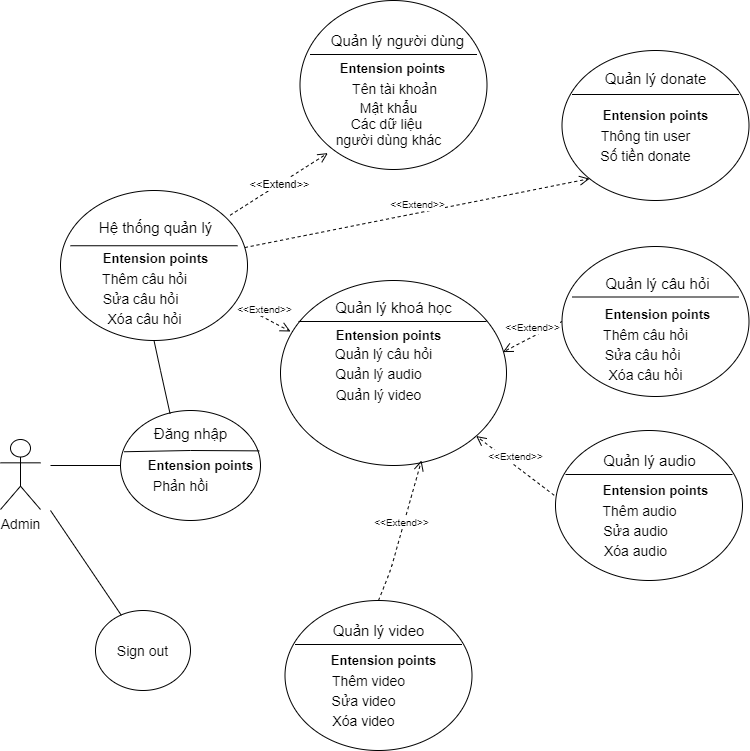
The draw.io diagram Đề cương/Diagram/admin-hethong.drawio.png in Thangvanle2000/dkt-learning, before a commit. Source tidied: cells renumbered, new cells last; positions are measured from the earlier drawing's top-left corner, leaving out a move shared by most shapes.
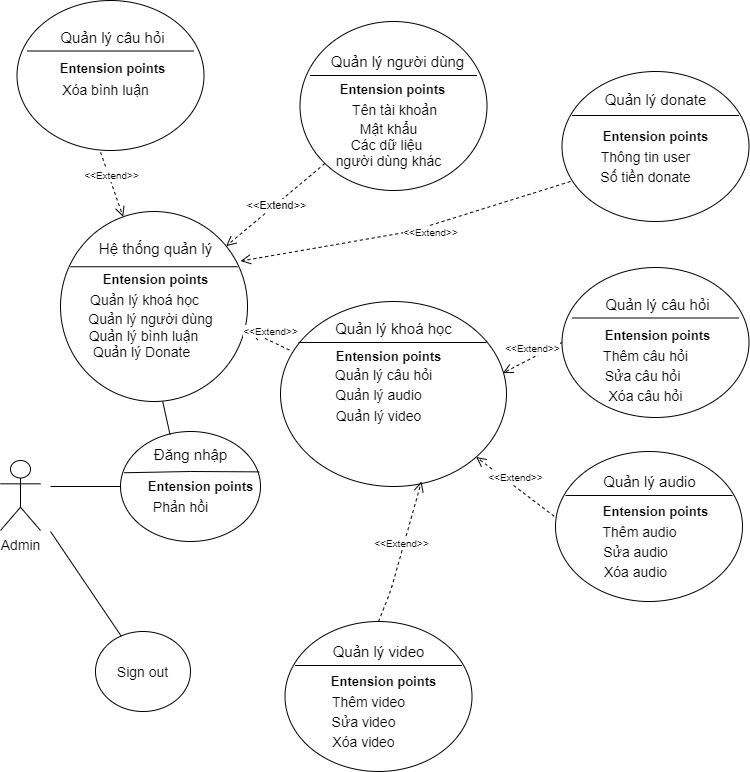
Later version of the same file.

Diff of the diagram source:
```diff
@@ -145,11 +145,17 @@
         </Array>
       </mxGeometry>
     </mxCell>
-    <mxCell id="44" value="&lt;font style=&quot;font-size: 10px&quot;&gt;&amp;lt;&amp;lt;Extend&amp;gt;&amp;gt;&lt;/font&gt;" style="html=1;verticalAlign=bottom;endArrow=open;dashed=1;endSize=8;entryX=0;entryY=1;entryDx=0;entryDy=0;" parent="1" edge="1" source="45" target="54">
-      <mxGeometry relative="1" as="geometry" />
+    <mxCell id="44" value="&lt;font style=&quot;font-size: 10px&quot;&gt;&amp;lt;&amp;lt;Extend&amp;gt;&amp;gt;&lt;/font&gt;" style="html=1;verticalAlign=bottom;endArrow=open;dashed=1;endSize=8;entryX=0.963;entryY=0.261;entryDx=0;entryDy=0;entryPerimeter=0;" parent="1" edge="1" target="45">
+      <mxGeometry x="-0.11" y="16" relative="1" as="geometry">
+        <mxPoint x="570" y="160" as="sourcePoint" />
+        <Array as="points">
+          <mxPoint x="410" y="210" />
+        </Array>
+        <mxPoint y="-1" as="offset" />
+      </mxGeometry>
     </mxCell>
     <mxCell id="45" style="ellipse;whiteSpace=wrap;html=1;" parent="1" vertex="1">
-      <mxGeometry x="60" y="190" width="187" height="150" as="geometry" />
+      <mxGeometry x="60" y="190" width="187" height="190" as="geometry" />
     </mxCell>
     <mxCell id="46" style="line;strokeWidth=1;fillColor=none;align=left;verticalAlign=middle;spacingTop=-1;spacingLeft=3;spacingRight=3;labelPosition=right;" parent="1" vertex="1">
       <mxGeometry x="70" y="236.5" width="167" height="17.5" as="geometry" />
@@ -160,14 +166,14 @@
     <mxCell id="48" value="&lt;b&gt;&lt;font style=&quot;font-size: 13px&quot;&gt;Entension points&lt;/font&gt;&lt;/b&gt;" style="text;html=1;align=center;verticalAlign=middle;strokeColor=none;fillColor=none;fontSize=13;fontFamily=Helvetica;" parent="1" vertex="1">
       <mxGeometry x="95" y="247.5" width="120" height="20" as="geometry" />
     </mxCell>
-    <mxCell id="49" value="&lt;span style=&quot;font-size: 14px&quot;&gt;Thêm câu hỏi&lt;/span&gt;" style="text;html=1;align=center;verticalAlign=middle;strokeColor=none;fillColor=none;" parent="1" vertex="1">
-      <mxGeometry x="93.5" y="267.5" width="100" height="20" as="geometry" />
+    <mxCell id="49" value="&lt;span style=&quot;font-size: 14px&quot;&gt;Quản lý khoá học&lt;/span&gt;" style="text;html=1;align=center;verticalAlign=middle;strokeColor=none;fillColor=none;" parent="1" vertex="1">
+      <mxGeometry x="83.5" y="267.5" width="120" height="20" as="geometry" />
     </mxCell>
-    <mxCell id="50" value="&lt;span style=&quot;font-size: 14px&quot;&gt;Sửa câu hỏi&lt;/span&gt;" style="text;html=1;align=center;verticalAlign=middle;strokeColor=none;fillColor=none;" parent="1" vertex="1">
-      <mxGeometry x="95" y="287.5" width="90" height="20" as="geometry" />
+    <mxCell id="50" value="&lt;span style=&quot;font-size: 14px&quot;&gt;Quản lý người dùng&lt;/span&gt;" style="text;html=1;align=center;verticalAlign=middle;strokeColor=none;fillColor=none;" parent="1" vertex="1">
+      <mxGeometry x="80" y="286.5" width="140" height="20" as="geometry" />
     </mxCell>
-    <mxCell id="51" value="&lt;font style=&quot;font-size: 14px&quot;&gt;Xóa câu hỏi&lt;/font&gt;" style="text;html=1;align=center;verticalAlign=middle;strokeColor=none;fillColor=none;" parent="1" vertex="1">
-      <mxGeometry x="98.5" y="307.5" width="90" height="20" as="geometry" />
+    <mxCell id="51" value="&lt;font style=&quot;font-size: 14px&quot;&gt;Quản lý bình luận&lt;br&gt;Quản lý Donate&amp;nbsp;&lt;/font&gt;" style="text;html=1;align=center;verticalAlign=middle;strokeColor=none;fillColor=none;" parent="1" vertex="1">
+      <mxGeometry x="77.5" y="306.5" width="130" height="30" as="geometry" />
     </mxCell>
     <mxCell id="52" style="endArrow=none;dashed=1;html=1;dashPattern=1 3;strokeWidth=2;strokeColor=none;" parent="1" edge="1">
       <mxGeometry relative="1" as="geometry">
@@ -178,12 +184,9 @@
         </Array>
       </mxGeometry>
     </mxCell>
-    <mxCell id="53" value="&lt;font style=&quot;font-size: 10px&quot;&gt;&amp;lt;&amp;lt;Extend&amp;gt;&amp;gt;&lt;/font&gt;" style="html=1;verticalAlign=bottom;endArrow=open;dashed=1;endSize=8;exitX=0.954;exitY=0.764;exitDx=0;exitDy=0;exitPerimeter=0;" parent="1" edge="1" source="45">
+    <mxCell id="53" value="&lt;font style=&quot;font-size: 10px&quot;&gt;&amp;lt;&amp;lt;Extend&amp;gt;&amp;gt;&lt;/font&gt;" style="html=1;verticalAlign=bottom;endArrow=open;dashed=1;endSize=8;exitX=0.039;exitY=0.262;exitDx=0;exitDy=0;exitPerimeter=0;" parent="1" edge="1" source="12">
       <mxGeometry relative="1" as="geometry">
-        <mxPoint x="290" y="331" as="targetPoint" />
-        <Array as="points">
-          <mxPoint x="250" y="310" />
-        </Array>
+        <mxPoint x="250" y="310" as="targetPoint" />
       </mxGeometry>
     </mxCell>
     <mxCell id="54" style="ellipse;whiteSpace=wrap;html=1;" parent="1" vertex="1">
@@ -209,10 +212,8 @@
         <mxPoint x="299.8" y="114.5" as="targetPoint" />
       </mxGeometry>
     </mxCell>
-    <mxCell id="61" style="endArrow=open;html=1;strokeColor=#000000;exitX=0.907;exitY=0.165;exitDx=0;exitDy=0;exitPerimeter=0;entryX=0;entryY=1;entryDx=0;entryDy=0;dashed=1;verticalAlign=bottom;endSize=8;" parent="1" edge="1" source="45">
-      <mxGeometry relative="1" as="geometry">
-        <mxPoint x="327.4" y="152.6" as="targetPoint" />
-      </mxGeometry>
+    <mxCell id="61" style="endArrow=open;html=1;strokeColor=#000000;dashed=1;verticalAlign=bottom;endSize=8;" parent="1" edge="1" source="63" target="45">
+      <mxGeometry relative="1" as="geometry" />
     </mxCell>
     <mxCell id="62" value="&amp;lt;&amp;lt;Extend&amp;gt;&amp;gt;" style="edgeLabel;html=1;align=center;verticalAlign=middle;" parent="61" vertex="1">
       <mxGeometry relative="1" as="geometry" />
@@ -235,5 +236,23 @@
     <mxCell id="68" value="&lt;font style=&quot;font-size: 14px&quot;&gt;Mật khẩu&lt;br&gt;Các dữ liệu &lt;br&gt;người dùng khác&lt;br&gt;&lt;/font&gt;" style="text;html=1;align=center;verticalAlign=middle;strokeColor=none;fillColor=none;" parent="1" vertex="1">
       <mxGeometry x="328" y="98" width="120" height="50" as="geometry" />
     </mxCell>
+    <mxCell id="69" style="ellipse;whiteSpace=wrap;html=1;" parent="1" vertex="1">
+      <mxGeometry x="16.5" y="-21" width="187" height="150" as="geometry" />
+    </mxCell>
+    <mxCell id="70" style="line;strokeWidth=1;fillColor=none;align=left;verticalAlign=middle;spacingTop=-1;spacingLeft=3;spacingRight=3;labelPosition=right;" parent="1" vertex="1">
+      <mxGeometry x="26.5" y="25.5" width="167" height="8" as="geometry" />
+    </mxCell>
+    <mxCell id="71" value="&lt;span style=&quot;font-size: 15px&quot;&gt;Quản lý câu hỏi&lt;/span&gt;" style="text;html=1;align=center;verticalAlign=middle;strokeColor=none;fillColor=none;fontSize=13;fontFamily=Helvetica;" parent="1" vertex="1">
+      <mxGeometry x="51.5" y="5.5" width="120" height="20" as="geometry" />
+    </mxCell>
+    <mxCell id="72" value="&lt;b&gt;&lt;font style=&quot;font-size: 13px&quot;&gt;Entension points&lt;/font&gt;&lt;/b&gt;" style="text;html=1;align=center;verticalAlign=middle;strokeColor=none;fillColor=none;fontSize=13;fontFamily=Helvetica;" parent="1" vertex="1">
+      <mxGeometry x="51.5" y="36.5" width="120" height="20" as="geometry" />
+    </mxCell>
+    <mxCell id="73" value="&lt;font style=&quot;font-size: 14px&quot;&gt;Xóa bình luận&lt;/font&gt;" style="text;html=1;align=center;verticalAlign=middle;strokeColor=none;fillColor=none;" parent="1" vertex="1">
+      <mxGeometry x="55" y="58" width="100" height="20" as="geometry" />
+    </mxCell>
+    <mxCell id="74" value="&lt;font style=&quot;font-size: 10px&quot;&gt;&amp;lt;&amp;lt;Extend&amp;gt;&amp;gt;&lt;/font&gt;" style="html=1;verticalAlign=bottom;endArrow=open;dashed=1;endSize=8;exitX=0.447;exitY=1.012;exitDx=0;exitDy=0;exitPerimeter=0;" parent="1" edge="1" source="69" target="45">
+      <mxGeometry relative="1" as="geometry" />
+    </mxCell>
   </root>
 </mxGraphModel>
```
